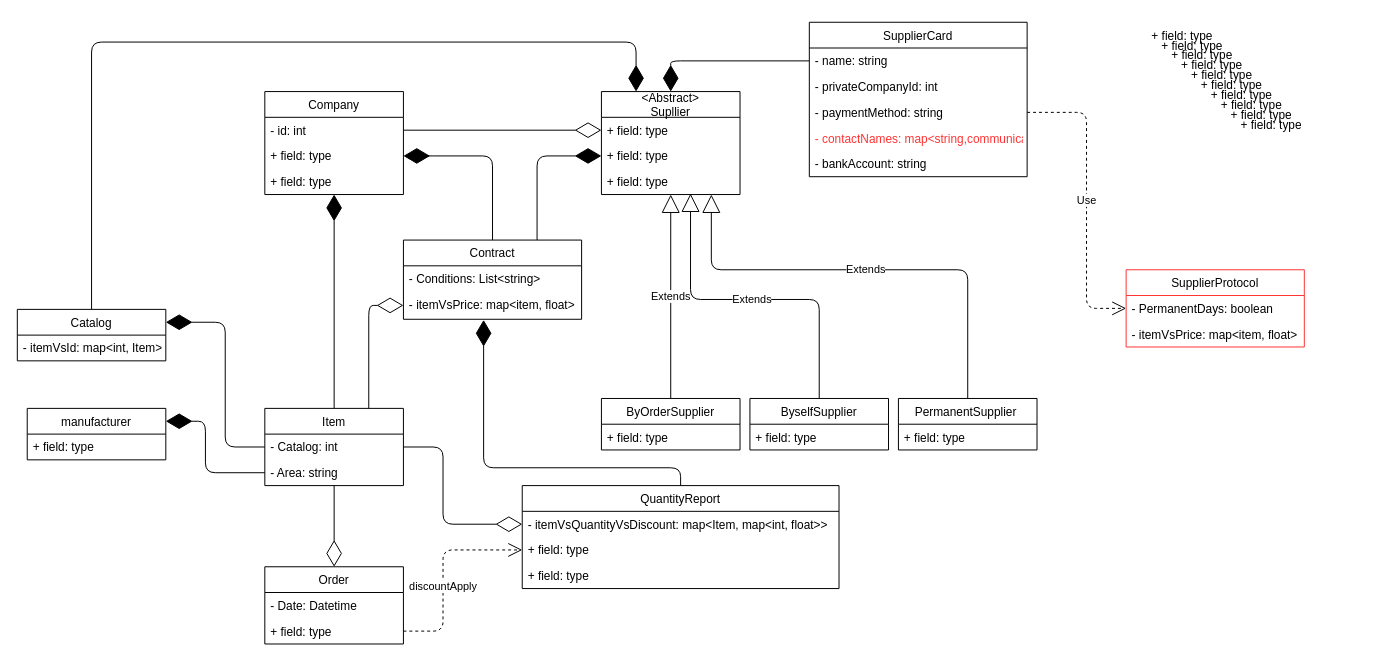
Above: docs/Supplier model.drawio in TariqGanem/Software-Analysis-Design (draw.io), before the change. Source tidied: cells renumbered, new cells numbered last; positions are measured from the earlier drawing's top-left corner, leaving out a move shared by most shapes. Both pictures are drawn from the tidied source at 99%, with x=0, y=0 at pixel (17, 22).
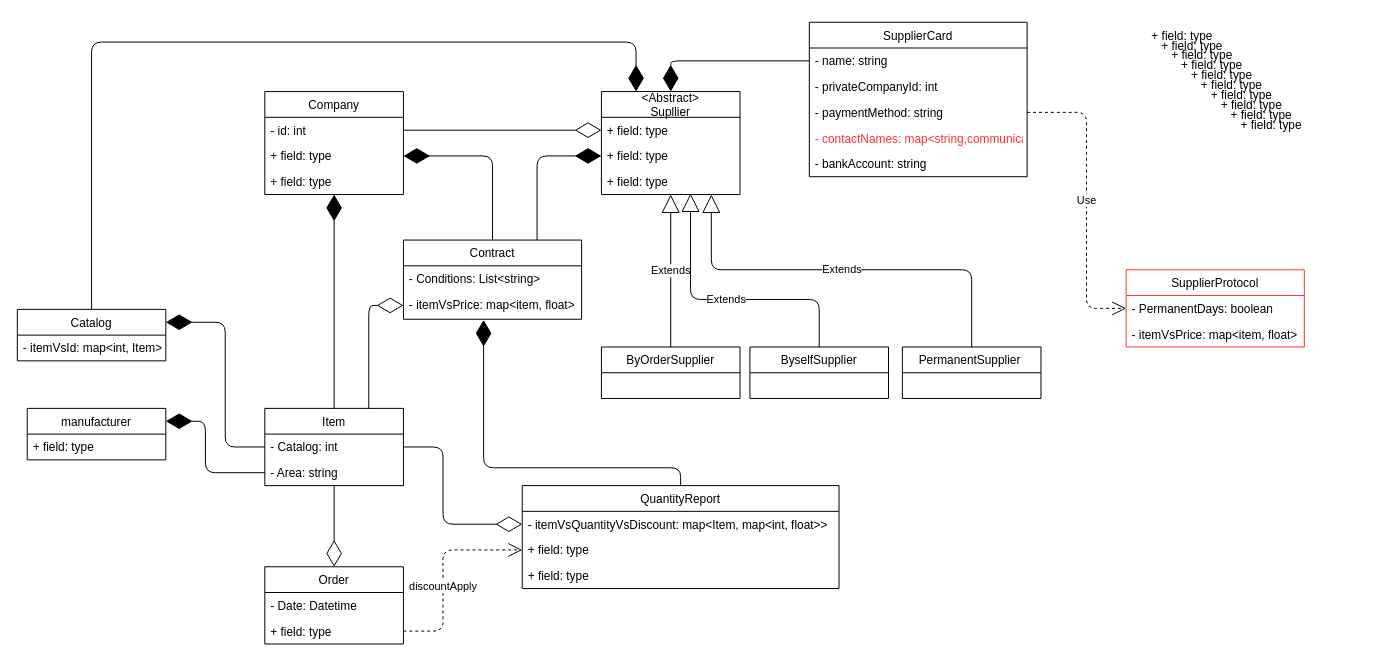
After the change.

Unchanged cells that the change refers to:
```xml
<mxCell id="5" value="+ field: type" style="text;strokeColor=none;fillColor=none;align=left;verticalAlign=top;spacingLeft=4;spacingRight=4;overflow=hidden;points=[[0,0.5],[1,0.5]];portConstraint=eastwest;" parent="2" vertex="1">
  <mxGeometry y="78" width="140" height="26" as="geometry" />
</mxCell>
```

What changed in the source:
```diff
@@
     <mxCell id="6" value="PermanentSupplier " style="swimlane;fontStyle=0;horizontal=1;startSize=26;fillColor=none;" parent="1" vertex="1">
-      <mxGeometry x="890" y="380" width="140" height="52" as="geometry" />
+      <mxGeometry x="894" y="328" width="140" height="52" as="geometry" />
     </mxCell>
-    <mxCell id="7" value="+ field: type" style="text;strokeColor=none;fillColor=none;align=left;verticalAlign=top;spacingLeft=4;spacingRight=4;overflow=hidden;" parent="6" vertex="1">
-      <mxGeometry y="26" width="140" height="26" as="geometry" />
-    </mxCell>
@@
     <mxCell id="13" value="ByselfSupplier" style="swimlane;fontStyle=0;horizontal=1;startSize=26;fillColor=none;" parent="1" vertex="1">
-      <mxGeometry x="740" y="380" width="140" height="52" as="geometry" />
+      <mxGeometry x="740" y="328" width="140" height="52" as="geometry" />
     </mxCell>
-    <mxCell id="14" value="+ field: type" style="text;strokeColor=none;fillColor=none;align=left;verticalAlign=top;spacingLeft=4;spacingRight=4;overflow=hidden;" parent="13" vertex="1">
-      <mxGeometry y="26" width="140" height="26" as="geometry" />
-    </mxCell>
     <mxCell id="15" value="ByOrderSupplier" style="swimlane;fontStyle=0;horizontal=1;startSize=26;fillColor=none;" parent="1" vertex="1">
-      <mxGeometry x="590" y="380" width="140" height="52" as="geometry" />
+      <mxGeometry x="590" y="328" width="140" height="52" as="geometry" />
     </mxCell>
-    <mxCell id="16" value="+ field: type" style="text;strokeColor=none;fillColor=none;align=left;verticalAlign=top;spacingLeft=4;spacingRight=4;overflow=hidden;" parent="15" vertex="1">
-      <mxGeometry y="26" width="140" height="26" as="geometry" />
-    </mxCell>
@@
     <mxCell id="33" value="Extends" style="endArrow=block;endSize=16;endFill=0;html=1;entryX=0.793;entryY=1;entryDx=0;entryDy=0;entryPerimeter=0;exitX=0.5;exitY=0;exitDx=0;exitDy=0;" parent="1" edge="1" source="6" target="5">
       <mxGeometry relative="1" as="geometry">
         <Array as="points">
-          <mxPoint x="960" y="250" />
+          <mxPoint x="964" y="250" />
           <mxPoint x="701" y="250" />
         </Array>
       </mxGeometry>
     </mxCell>
```
